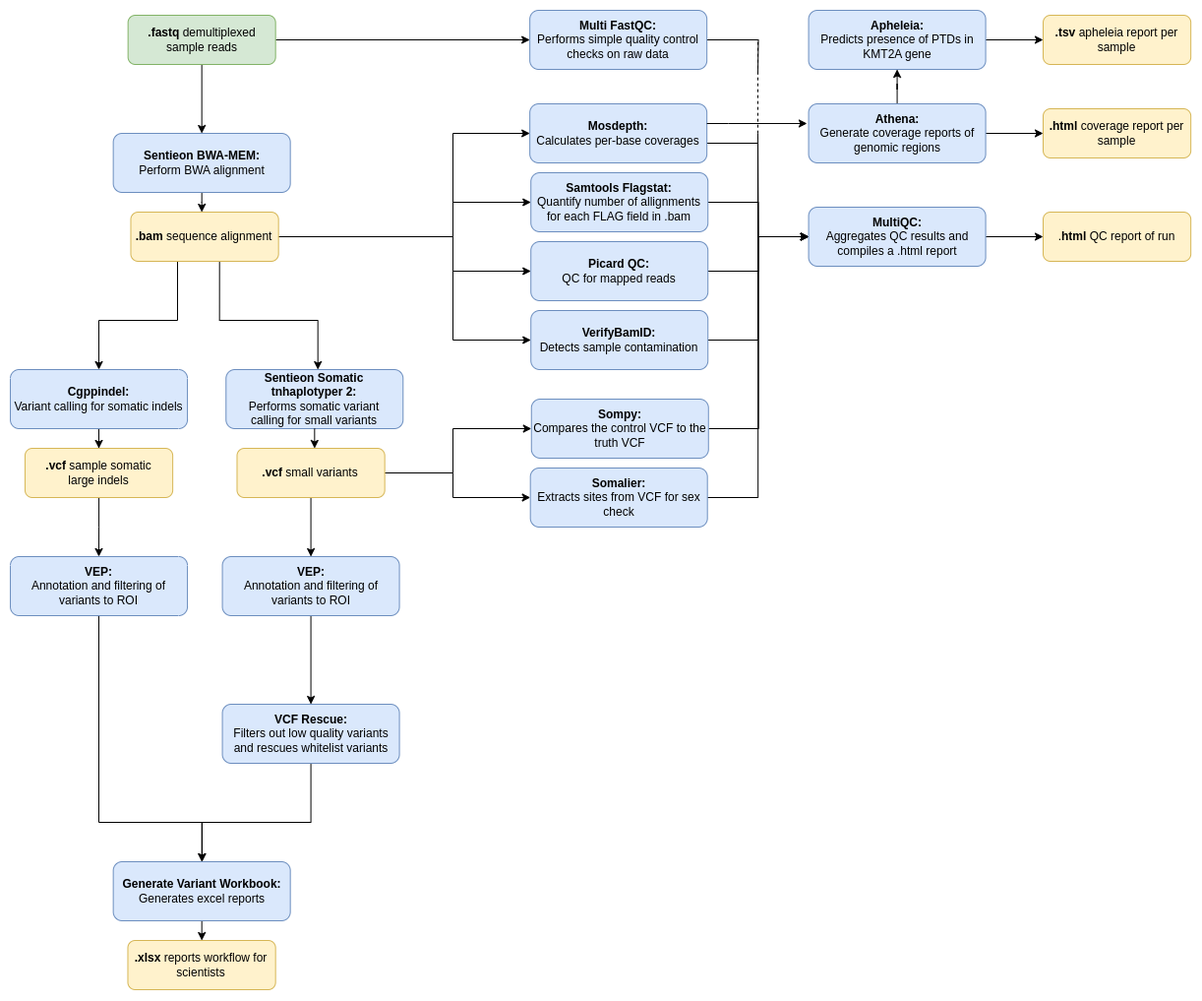
eastgenomics/eggd_uranus_main_workflow keeps this draw.io diagram as images/full_uranus_practical.drawio.png. Above is the earlier version. Source tidied: cells renumbered, new cells last; positions are measured from the earlier drawing's top-left corner, leaving out a move shared by most shapes.
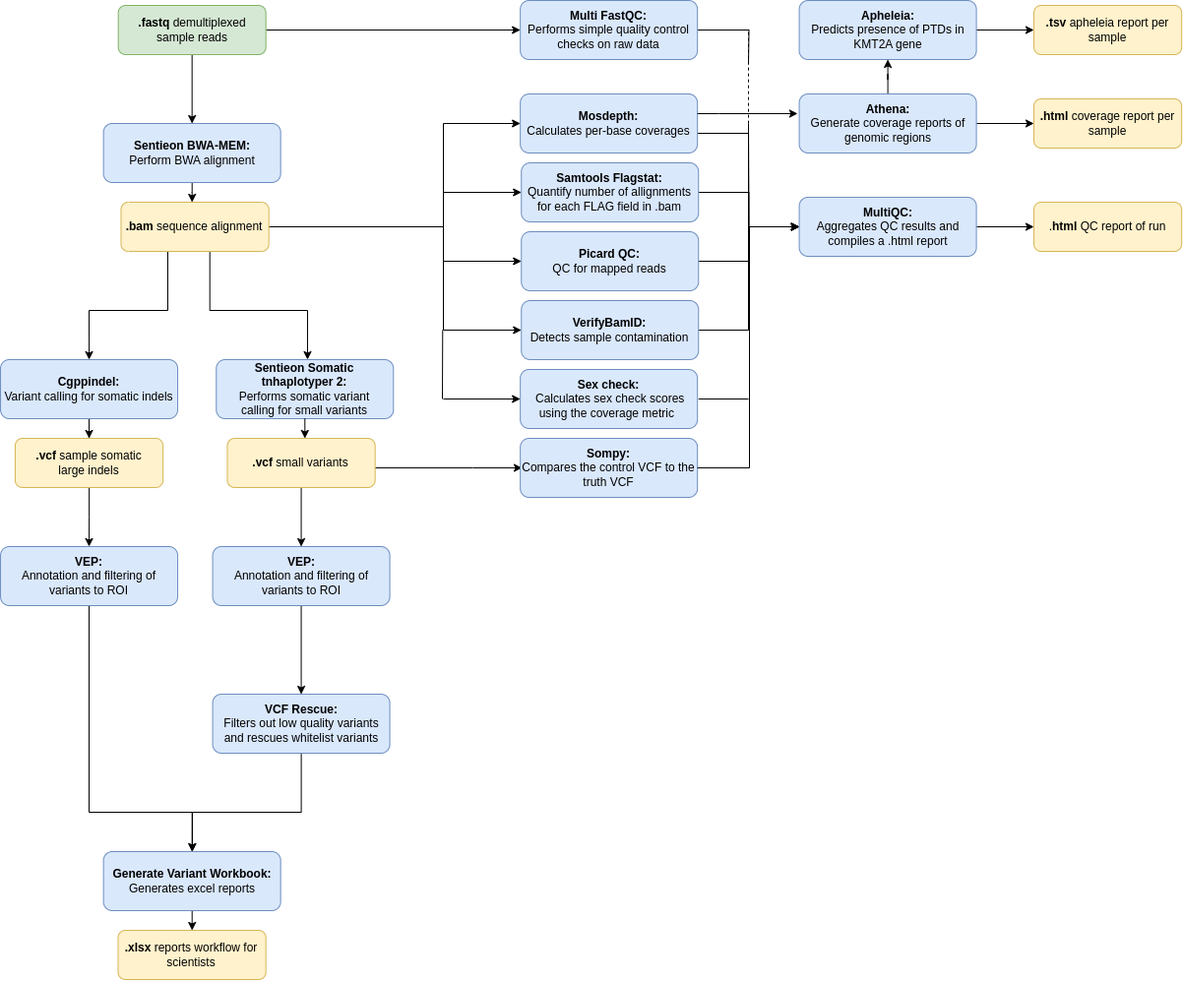
Above is the later version.

Commit message:
updated readme , diagram and workflow file to include eggd_sex_check and exclude somalier

Change to the diagram source:
```diff
@@ -91,22 +91,16 @@
     <mxCell id="18" value="&lt;p style=&quot;line-height: 120%;&quot;&gt;&lt;/p&gt;&lt;div style=&quot;&quot;&gt;&lt;span style=&quot;background-color: initial;&quot;&gt;&lt;b&gt;.vcf&amp;nbsp;&lt;/b&gt;sample somatic&lt;br&gt;large indels&lt;/span&gt;&lt;/div&gt;&lt;p&gt;&lt;/p&gt;" style="rounded=1;whiteSpace=wrap;html=1;fillColor=#fff2cc;strokeColor=#d6b656;align=center;" parent="1" vertex="1">
       <mxGeometry x="15" y="445" width="150.2" height="50" as="geometry" />
     </mxCell>
-    <mxCell id="19" style="edgeStyle=orthogonalEdgeStyle;rounded=0;jettySize=auto;html=1;entryX=0;entryY=0.5;entryDx=0;entryDy=0;" parent="1" edge="1" source="22" target="38">
+    <mxCell id="19" style="edgeStyle=orthogonalEdgeStyle;rounded=0;orthogonalLoop=1;jettySize=auto;html=1;" parent="1" edge="1">
       <mxGeometry relative="1" as="geometry">
+        <mxPoint x="380" y="475" as="sourcePoint" />
+        <mxPoint x="530" y="475" as="targetPoint" />
         <Array as="points">
-          <mxPoint x="450" y="470" />
-          <mxPoint x="450" y="425" />
+          <mxPoint x="480" y="475" />
+          <mxPoint x="480" y="475" />
         </Array>
       </mxGeometry>
     </mxCell>
-    <mxCell id="20" style="edgeStyle=orthogonalEdgeStyle;rounded=0;jettySize=auto;html=1;" parent="1" edge="1" source="22" target="45">
-      <mxGeometry relative="1" as="geometry">
-        <Array as="points">
-          <mxPoint x="450" y="470" />
-          <mxPoint x="450" y="495" />
-        </Array>
-      </mxGeometry>
-    </mxCell>
     <mxCell id="21" style="edgeStyle=orthogonalEdgeStyle;rounded=0;jettySize=auto;html=1;entryX=0.5;entryY=0;entryDx=0;entryDy=0;" parent="1" edge="1" source="22" target="57">
       <mxGeometry relative="1" as="geometry" />
     </mxCell>
@@ -172,11 +166,8 @@
     <mxCell id="36" value="&lt;b&gt;VerifyBamID:&lt;br&gt;&lt;/b&gt;Detects sample contamination" style="rounded=1;whiteSpace=wrap;html=1;fillColor=#dae8fc;strokeColor=#6c8ebf;" parent="1" vertex="1">
       <mxGeometry x="529.2" y="305" width="180" height="60" as="geometry" />
     </mxCell>
-    <mxCell id="37" style="edgeStyle=orthogonalEdgeStyle;rounded=0;jettySize=auto;html=1;entryX=0;entryY=0.5;entryDx=0;entryDy=0;" parent="1" edge="1" source="38" target="48">
-      <mxGeometry relative="1" as="geometry" />
-    </mxCell>
     <mxCell id="38" value="&lt;b&gt;Sompy:&lt;br&gt;&lt;/b&gt;Compares the control VCF to the truth VCF" style="rounded=1;whiteSpace=wrap;html=1;fillColor=#dae8fc;strokeColor=#6c8ebf;" parent="1" vertex="1">
-      <mxGeometry x="529.8" y="395" width="180" height="60" as="geometry" />
+      <mxGeometry x="528.2" y="445" width="180" height="60" as="geometry" />
     </mxCell>
     <mxCell id="39" style="edgeStyle=orthogonalEdgeStyle;rounded=0;jettySize=auto;html=1;" parent="1" edge="1" source="40" target="52">
       <mxGeometry relative="1" as="geometry" />
@@ -193,12 +184,14 @@
     <mxCell id="43" value="&lt;b&gt;Athena:&lt;br&gt;&lt;/b&gt;Generate coverage reports of genomic regions" style="rounded=1;whiteSpace=wrap;html=1;fillColor=#dae8fc;strokeColor=#6c8ebf;" parent="1" vertex="1">
       <mxGeometry x="811.6" y="95" width="180" height="60" as="geometry" />
     </mxCell>
-    <mxCell id="44" style="edgeStyle=orthogonalEdgeStyle;rounded=0;jettySize=auto;html=1;entryX=0;entryY=0.5;entryDx=0;entryDy=0;" parent="1" edge="1" source="45" target="48">
-      <mxGeometry relative="1" as="geometry" />
+    <mxCell id="44" style="edgeStyle=orthogonalEdgeStyle;rounded=0;jettySize=auto;html=1;entryX=0;entryY=0.5;entryDx=0;entryDy=0;exitX=1;exitY=0.5;exitDx=0;exitDy=0;" parent="1" edge="1" source="38" target="48">
+      <mxGeometry relative="1" as="geometry">
+        <Array as="points">
+          <mxPoint x="761" y="475" />
+          <mxPoint x="761" y="230" />
+        </Array>
+      </mxGeometry>
     </mxCell>
-    <mxCell id="45" value="&lt;b&gt;Somalier:&lt;br&gt;&lt;/b&gt;Extracts sites from VCF for sex check" style="rounded=1;whiteSpace=wrap;html=1;fillColor=#dae8fc;strokeColor=#6c8ebf;" parent="1" vertex="1">
-      <mxGeometry x="528.7" y="465" width="180" height="60" as="geometry" />
-    </mxCell>
     <mxCell id="46" style="edgeStyle=orthogonalEdgeStyle;rounded=0;jettySize=auto;html=1;entryX=0;entryY=0.5;entryDx=0;entryDy=0;" parent="1" edge="1" source="48" target="50">
       <mxGeometry relative="1" as="geometry" />
     </mxCell>
@@ -258,5 +251,26 @@
     <mxCell id="59" value="&lt;b&gt;VCF Rescue:&lt;br&gt;&lt;/b&gt;Filters out low quality variants and rescues whitelist variants" style="rounded=1;whiteSpace=wrap;html=1;fillColor=#dae8fc;strokeColor=#6c8ebf;" parent="1" vertex="1">
       <mxGeometry x="215.6" y="705" width="180" height="60" as="geometry" />
     </mxCell>
+    <mxCell id="60" value="&lt;b&gt;Sex check:&lt;br&gt;&lt;/b&gt;&amp;nbsp;Calculates sex check scores using the coverage metric&amp;nbsp;" style="rounded=1;whiteSpace=wrap;html=1;fillColor=#dae8fc;strokeColor=#6c8ebf;" parent="1" vertex="1">
+      <mxGeometry x="528.2" y="375" width="180" height="60" as="geometry" />
+    </mxCell>
+    <mxCell id="61" style="endArrow=classic;html=1;" parent="1" edge="1">
+      <mxGeometry relative="1" as="geometry">
+        <mxPoint x="450" y="405" as="sourcePoint" />
+        <mxPoint x="528.2" y="405" as="targetPoint" />
+      </mxGeometry>
+    </mxCell>
+    <mxCell id="62" style="endArrow=none;html=1;" parent="1" edge="1">
+      <mxGeometry relative="1" as="geometry">
+        <mxPoint x="449" y="405" as="sourcePoint" />
+        <mxPoint x="449.3" y="335" as="targetPoint" />
+      </mxGeometry>
+    </mxCell>
+    <mxCell id="63" style="endArrow=none;html=1;" parent="1" edge="1">
+      <mxGeometry relative="1" as="geometry">
+        <mxPoint x="709.2" y="405" as="sourcePoint" />
+        <mxPoint x="760" y="405" as="targetPoint" />
+      </mxGeometry>
+    </mxCell>
   </root>
 </mxGraphModel>
```
